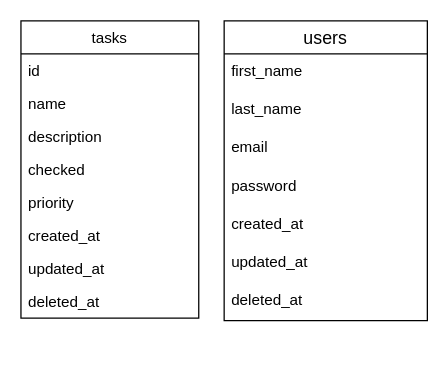
Above: smart-todo.drawio in SergiyStebelskiy/smart-todo-api (draw.io), before the change. Source tidied: cells renumbered, new cells numbered last; positions are measured from the earlier drawing's top-left corner, leaving out a move shared by most shapes. Both pictures are drawn from the tidied source at 127%, with x=0, y=0 at pixel (20, 20).
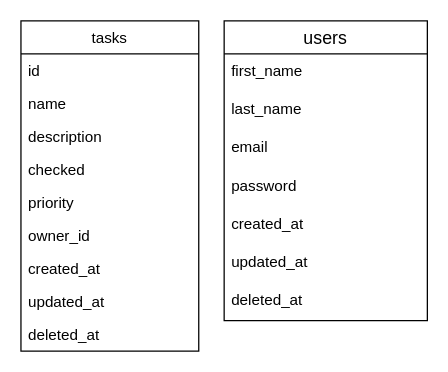
The same diagram, later.

What changed in the source:
```diff
@@
 <mxGraphModel>
   <root>
     <mxCell id="0" />
     <mxCell id="1" parent="0" />
     <mxCell id="2" value="tasks" style="swimlane;fontStyle=0;horizontal=1;startSize=26;" parent="1" vertex="1">
-      <mxGeometry width="140" height="234" as="geometry" />
+      <mxGeometry width="140" height="260" as="geometry" />
     </mxCell>
     <mxCell id="3" value="id" style="text;strokeColor=none;fillColor=none;align=left;verticalAlign=top;spacingLeft=4;spacingRight=4;overflow=hidden;" parent="2" vertex="1">
       <mxGeometry y="26" width="140" height="26" as="geometry" />
     </mxCell>
     <mxCell id="4" value="name" style="text;strokeColor=none;fillColor=none;align=left;verticalAlign=top;spacingLeft=4;spacingRight=4;overflow=hidden;" parent="2" vertex="1">
       <mxGeometry y="52" width="140" height="26" as="geometry" />
     </mxCell>
     <mxCell id="5" value="description" style="text;strokeColor=none;fillColor=none;align=left;verticalAlign=top;spacingLeft=4;spacingRight=4;overflow=hidden;" parent="2" vertex="1">
       <mxGeometry y="78" width="140" height="26" as="geometry" />
     </mxCell>
     <mxCell id="6" value="checked" style="text;strokeColor=none;fillColor=none;align=left;verticalAlign=top;spacingLeft=4;spacingRight=4;overflow=hidden;" parent="2" vertex="1">
       <mxGeometry y="104" width="140" height="26" as="geometry" />
     </mxCell>
     <mxCell id="7" value="priority&#10;&#10;" style="text;strokeColor=none;fillColor=none;align=left;verticalAlign=top;spacingLeft=4;spacingRight=4;overflow=hidden;" parent="2" vertex="1">
       <mxGeometry y="130" width="140" height="26" as="geometry" />
     </mxCell>
+    <mxCell id="19" value="owner_id" style="text;strokeColor=none;fillColor=none;align=left;verticalAlign=top;spacingLeft=4;spacingRight=4;overflow=hidden;" parent="2" vertex="1">
+      <mxGeometry y="156" width="140" height="26" as="geometry" />
+    </mxCell>
     <mxCell id="8" value="created_at" style="text;strokeColor=none;fillColor=none;align=left;verticalAlign=top;spacingLeft=4;spacingRight=4;overflow=hidden;" parent="2" vertex="1">
-      <mxGeometry y="156" width="140" height="26" as="geometry" />
+      <mxGeometry y="182" width="140" height="26" as="geometry" />
     </mxCell>
     <mxCell id="9" value="updated_at" style="text;strokeColor=none;fillColor=none;align=left;verticalAlign=top;spacingLeft=4;spacingRight=4;overflow=hidden;" parent="2" vertex="1">
-      <mxGeometry y="182" width="140" height="26" as="geometry" />
+      <mxGeometry y="208" width="140" height="26" as="geometry" />
     </mxCell>
     <mxCell id="10" value="deleted_at" style="text;strokeColor=none;fillColor=none;align=left;verticalAlign=top;spacingLeft=4;spacingRight=4;overflow=hidden;" parent="2" vertex="1">
-      <mxGeometry y="208" width="140" height="26" as="geometry" />
+      <mxGeometry y="234" width="140" height="26" as="geometry" />
     </mxCell>
     <mxCell id="11" value="users" style="swimlane;fontStyle=0;horizontal=1;startSize=26;align=center;fontSize=14;" parent="1" vertex="1">
       <mxGeometry x="160" width="160" height="236" as="geometry" />
     </mxCell>
     <mxCell id="12" value="first_name" style="text;strokeColor=none;fillColor=none;spacingLeft=4;spacingRight=4;overflow=hidden;fontSize=12;" parent="11" vertex="1">
       <mxGeometry y="26" width="160" height="30" as="geometry" />
     </mxCell>
     <mxCell id="13" value="last_name" style="text;strokeColor=none;fillColor=none;spacingLeft=4;spacingRight=4;overflow=hidden;fontSize=12;" parent="11" vertex="1">
       <mxGeometry y="56" width="160" height="30" as="geometry" />
     </mxCell>
     <mxCell id="14" value="email" style="text;strokeColor=none;fillColor=none;spacingLeft=4;spacingRight=4;overflow=hidden;fontSize=12;" parent="11" vertex="1">
       <mxGeometry y="86" width="160" height="30" as="geometry" />
     </mxCell>
     <mxCell id="15" value="password" style="text;strokeColor=none;fillColor=none;spacingLeft=4;spacingRight=4;overflow=hidden;fontSize=12;" parent="11" vertex="1">
       <mxGeometry y="116" width="160" height="30" as="geometry" />
     </mxCell>
     <mxCell id="16" value="created_at" style="text;strokeColor=none;fillColor=none;spacingLeft=4;spacingRight=4;overflow=hidden;fontSize=12;" parent="11" vertex="1">
       <mxGeometry y="146" width="160" height="30" as="geometry" />
     </mxCell>
     <mxCell id="17" value="updated_at" style="text;strokeColor=none;fillColor=none;spacingLeft=4;spacingRight=4;overflow=hidden;fontSize=12;" parent="11" vertex="1">
       <mxGeometry y="176" width="160" height="30" as="geometry" />
     </mxCell>
     <mxCell id="18" value="deleted_at" style="text;strokeColor=none;fillColor=none;spacingLeft=4;spacingRight=4;overflow=hidden;fontSize=12;" parent="11" vertex="1">
       <mxGeometry y="206" width="160" height="30" as="geometry" />
     </mxCell>
   </root>
 </mxGraphModel>
```
